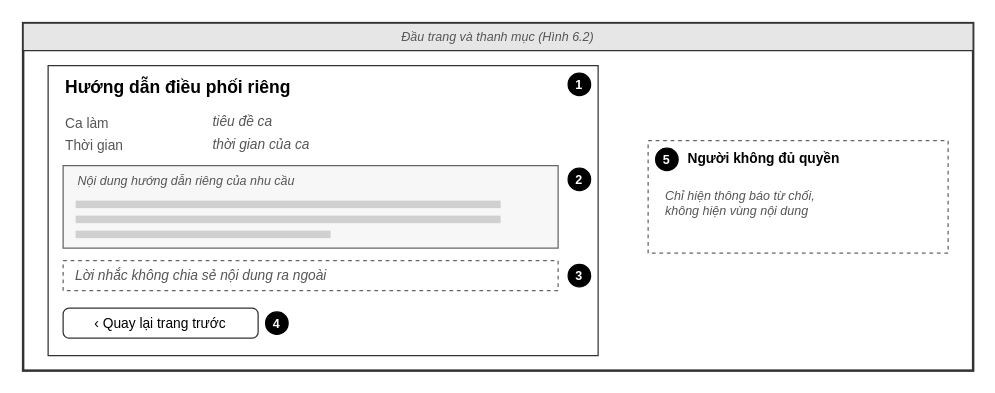
The draw.io diagram docs/giao_dien/drawio/M12_Huong_dan_dieu_phoi_rieng.drawio in kanishere55/OOSD_NenTangDieuPhoi_TNV, before the edit. Source tidied: cells renumbered, new cells numbered last; positions are measured from the earlier drawing's top-left corner, leaving out a move shared by most shapes. Both pictures are drawn from the tidied source at 125%, with x=0, y=0 at pixel (22, 22).
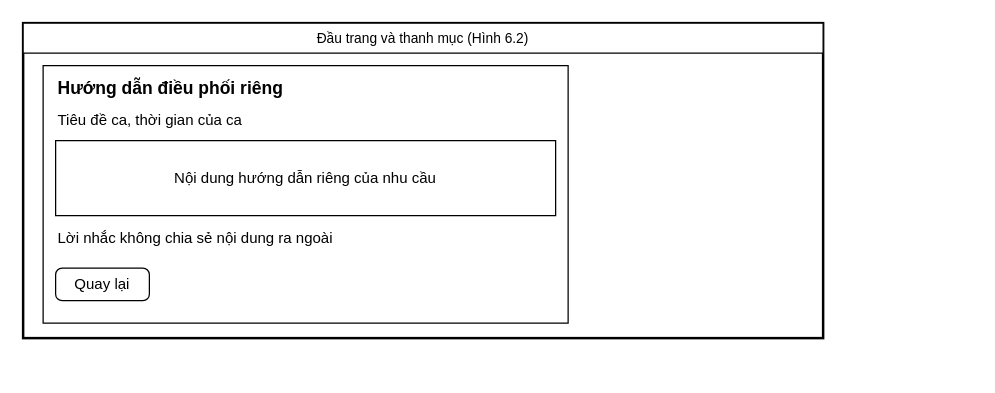
Above is the later version.

What changed in the source:
```diff
@@
-    <mxCell id="2" style="rounded=0;whiteSpace=wrap;html=1;fillColor=#ffffff;strokeColor=#333333;strokeWidth=2;" parent="1" vertex="1">
-      <mxGeometry width="760" height="278" as="geometry" />
+    <mxCell id="2" style="rounded=0;whiteSpace=wrap;html=1;fillColor=#ffffff;strokeColor=#000000;strokeWidth=2;" parent="1" vertex="1">
+      <mxGeometry width="640" height="252" as="geometry" />
     </mxCell>
-    <mxCell id="3" value="Đầu trang và thanh mục (Hình 6.2)" style="rounded=0;whiteSpace=wrap;html=1;fillColor=#e6e6e6;strokeColor=#333333;fontSize=10;fontStyle=2;fontColor=#555555;" parent="1" vertex="1">
-      <mxGeometry width="760" height="22" as="geometry" />
+    <mxCell id="3" value="Đầu trang và thanh mục (Hình 6.2)" style="rounded=0;whiteSpace=wrap;html=1;fillColor=#ffffff;strokeColor=#000000;fontColor=#000000;fontSize=11;align=center;" parent="1" vertex="1">
+      <mxGeometry width="640" height="24" as="geometry" />
     </mxCell>
-    <mxCell id="4" style="rounded=0;arcSize=8;whiteSpace=wrap;html=1;fillColor=#ffffff;strokeColor=#333333;" parent="1" vertex="1">
-      <mxGeometry x="20" y="34" width="440" height="232" as="geometry" />
+    <mxCell id="4" style="rounded=0;whiteSpace=wrap;html=1;fillColor=#ffffff;strokeColor=#000000;fontColor=#000000;fontSize=12;align=center;" parent="1" vertex="1">
+      <mxGeometry x="16" y="34" width="420" height="206" as="geometry" />
     </mxCell>
-    <mxCell id="5" value="Hướng dẫn điều phối riêng" style="text;html=1;strokeColor=none;fillColor=none;align=left;verticalAlign=middle;whiteSpace=wrap;rounded=0;fontSize=14;fontStyle=1;fontColor=#000000;" parent="1" vertex="1">
-      <mxGeometry x="32" y="40" width="360" height="22" as="geometry" />
+    <mxCell id="5" value="Hướng dẫn điều phối riêng" style="text;html=1;strokeColor=none;fillColor=none;whiteSpace=wrap;verticalAlign=middle;fontColor=#000000;align=left;fontSize=14;fontStyle=1;" parent="1" vertex="1">
+      <mxGeometry x="26" y="40" width="380" height="24" as="geometry" />
     </mxCell>
-    <mxCell id="6" value="Ca làm" style="text;html=1;strokeColor=none;fillColor=none;align=left;verticalAlign=middle;whiteSpace=wrap;rounded=0;fontSize=11;fontStyle=0;fontColor=#555555;" parent="1" vertex="1">
-      <mxGeometry x="32" y="70" width="110" height="19" as="geometry" />
+    <mxCell id="6" value="Tiêu đề ca, thời gian của ca" style="text;html=1;strokeColor=none;fillColor=none;whiteSpace=wrap;verticalAlign=middle;fontColor=#000000;align=left;fontSize=12;fontStyle=0;" parent="1" vertex="1">
+      <mxGeometry x="26" y="68" width="380" height="20" as="geometry" />
     </mxCell>
-    <mxCell id="7" value="tiêu đề ca" style="text;html=1;strokeColor=none;fillColor=none;align=left;verticalAlign=middle;whiteSpace=wrap;rounded=0;fontSize=11;fontStyle=2;fontColor=#555555;" parent="1" vertex="1">
-      <mxGeometry x="150" y="70" width="290" height="18" as="geometry" />
+    <mxCell id="7" value="Nội dung hướng dẫn riêng của nhu cầu" style="rounded=0;whiteSpace=wrap;html=1;fillColor=#ffffff;strokeColor=#000000;fontColor=#000000;fontSize=12;align=center;" parent="1" vertex="1">
+      <mxGeometry x="26" y="94" width="400" height="60" as="geometry" />
     </mxCell>
-    <mxCell id="8" value="Thời gian" style="text;html=1;strokeColor=none;fillColor=none;align=left;verticalAlign=middle;whiteSpace=wrap;rounded=0;fontSize=11;fontStyle=0;fontColor=#555555;" parent="1" vertex="1">
-      <mxGeometry x="32" y="88" width="110" height="19" as="geometry" />
+    <mxCell id="8" value="Lời nhắc không chia sẻ nội dung ra ngoài" style="text;html=1;strokeColor=none;fillColor=none;whiteSpace=wrap;verticalAlign=middle;fontColor=#000000;align=left;fontSize=12;fontStyle=0;" parent="1" vertex="1">
+      <mxGeometry x="26" y="162" width="400" height="20" as="geometry" />
     </mxCell>
-    <mxCell id="9" value="thời gian của ca" style="text;html=1;strokeColor=none;fillColor=none;align=left;verticalAlign=middle;whiteSpace=wrap;rounded=0;fontSize=11;fontStyle=2;fontColor=#555555;" parent="1" vertex="1">
-      <mxGeometry x="150" y="88" width="290" height="18" as="geometry" />
+    <mxCell id="9" value="Quay lại" style="rounded=1;arcSize=20;whiteSpace=wrap;html=1;fillColor=#ffffff;strokeColor=#000000;fontColor=#000000;fontSize=12;" parent="1" vertex="1">
+      <mxGeometry x="26" y="196" width="75" height="26" as="geometry" />
     </mxCell>
-    <mxCell id="10" value="1" style="ellipse;whiteSpace=wrap;html=1;fillColor=#000000;strokeColor=#000000;fontColor=#ffffff;fontSize=10;fontStyle=1;" parent="1" vertex="1">
-      <mxGeometry x="436" y="40" width="18" height="18" as="geometry" />
-    </mxCell>
-    <mxCell id="11" style="rounded=0;arcSize=8;whiteSpace=wrap;html=1;fillColor=#f7f7f7;strokeColor=#666666;" parent="1" vertex="1">
-      <mxGeometry x="32" y="114" width="396" height="66" as="geometry" />
-    </mxCell>
-    <mxCell id="12" value="Nội dung hướng dẫn riêng của nhu cầu" style="text;html=1;strokeColor=none;fillColor=none;align=left;verticalAlign=middle;whiteSpace=wrap;rounded=0;fontSize=10;fontStyle=2;fontColor=#555555;" parent="1" vertex="1">
-      <mxGeometry x="42" y="118" width="360" height="16" as="geometry" />
-    </mxCell>
-    <mxCell id="13" style="rounded=0;whiteSpace=wrap;html=1;fillColor=#d0d0d0;strokeColor=none;" parent="1" vertex="1">
-      <mxGeometry x="42" y="142" width="340" height="6" as="geometry" />
-    </mxCell>
-    <mxCell id="14" style="rounded=0;whiteSpace=wrap;html=1;fillColor=#d0d0d0;strokeColor=none;" parent="1" vertex="1">
-      <mxGeometry x="42" y="154" width="340" height="6" as="geometry" />
-    </mxCell>
-    <mxCell id="15" style="rounded=0;whiteSpace=wrap;html=1;fillColor=#d0d0d0;strokeColor=none;" parent="1" vertex="1">
-      <mxGeometry x="42" y="166" width="204" height="6" as="geometry" />
-    </mxCell>
-    <mxCell id="16" value="2" style="ellipse;whiteSpace=wrap;html=1;fillColor=#000000;strokeColor=#000000;fontColor=#ffffff;fontSize=10;fontStyle=1;" parent="1" vertex="1">
-      <mxGeometry x="436" y="116" width="18" height="18" as="geometry" />
-    </mxCell>
-    <mxCell id="17" style="rounded=0;arcSize=8;whiteSpace=wrap;html=1;fillColor=#ffffff;strokeColor=#666666;dashed=1;" parent="1" vertex="1">
-      <mxGeometry x="32" y="190" width="396" height="24" as="geometry" />
-    </mxCell>
-    <mxCell id="18" value="Lời nhắc không chia sẻ nội dung ra ngoài" style="text;html=1;strokeColor=none;fillColor=none;align=left;verticalAlign=middle;whiteSpace=wrap;rounded=0;fontSize=11;fontStyle=2;fontColor=#555555;" parent="1" vertex="1">
-      <mxGeometry x="40" y="193" width="380" height="18" as="geometry" />
-    </mxCell>
-    <mxCell id="19" value="3" style="ellipse;whiteSpace=wrap;html=1;fillColor=#000000;strokeColor=#000000;fontColor=#ffffff;fontSize=10;fontStyle=1;" parent="1" vertex="1">
-      <mxGeometry x="436" y="193" width="18" height="18" as="geometry" />
-    </mxCell>
-    <mxCell id="20" value="‹ Quay lại trang trước" style="rounded=1;arcSize=20;whiteSpace=wrap;html=1;fontSize=11;strokeColor=#333333;fillColor=#ffffff;" parent="1" vertex="1">
-      <mxGeometry x="32" y="228" width="156" height="24" as="geometry" />
-    </mxCell>
-    <mxCell id="21" value="4" style="ellipse;whiteSpace=wrap;html=1;fillColor=#000000;strokeColor=#000000;fontColor=#ffffff;fontSize=10;fontStyle=1;" parent="1" vertex="1">
-      <mxGeometry x="194" y="231" width="18" height="18" as="geometry" />
-    </mxCell>
-    <mxCell id="22" style="rounded=0;arcSize=8;whiteSpace=wrap;html=1;fillColor=#ffffff;strokeColor=#666666;dashed=1;" parent="1" vertex="1">
-      <mxGeometry x="500" y="94" width="240" height="90" as="geometry" />
-    </mxCell>
-    <mxCell id="23" value="5" style="ellipse;whiteSpace=wrap;html=1;fillColor=#000000;strokeColor=#000000;fontColor=#ffffff;fontSize=10;fontStyle=1;" parent="1" vertex="1">
-      <mxGeometry x="506" y="100" width="18" height="18" as="geometry" />
-    </mxCell>
-    <mxCell id="24" value="Người không đủ quyền" style="text;html=1;strokeColor=none;fillColor=none;align=left;verticalAlign=middle;whiteSpace=wrap;rounded=0;fontSize=11;fontStyle=1;fontColor=#000000;" parent="1" vertex="1">
-      <mxGeometry x="530" y="98" width="200" height="19" as="geometry" />
-    </mxCell>
-    <mxCell id="25" value="Chỉ hiện thông báo từ chối,&lt;br&gt;không hiện vùng nội dung" style="text;html=1;strokeColor=none;fillColor=none;align=left;verticalAlign=middle;whiteSpace=wrap;rounded=0;fontSize=10;fontStyle=2;fontColor=#555555;" parent="1" vertex="1">
-      <mxGeometry x="512" y="124" width="220" height="40" as="geometry" />
-    </mxCell>
```
